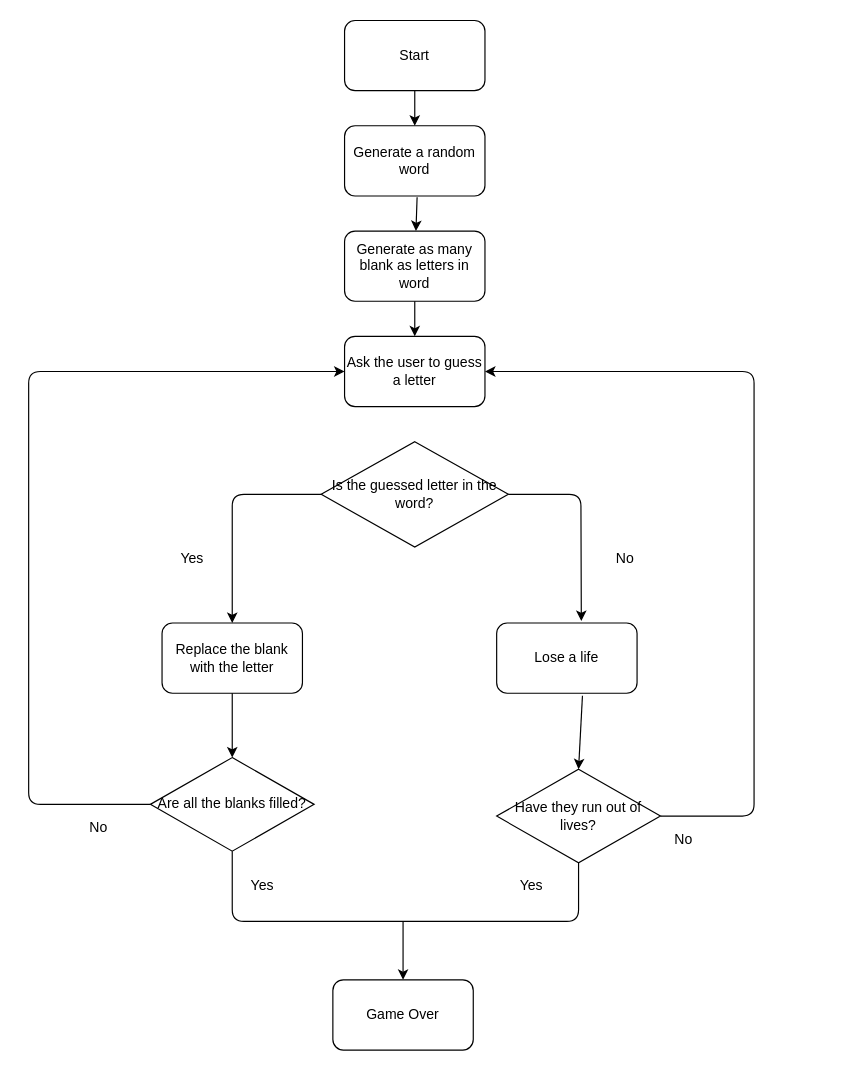
The draw.io diagram Hangman.drawio in ryutochogo/ryutochogo.github.io, before the edit. Source tidied: cells renumbered, new cells numbered last; positions are measured from the earlier drawing's top-left corner, leaving out a move shared by most shapes. Both pictures are drawn from the tidied source at 117%, with x=0, y=0 at pixel (28, 20).
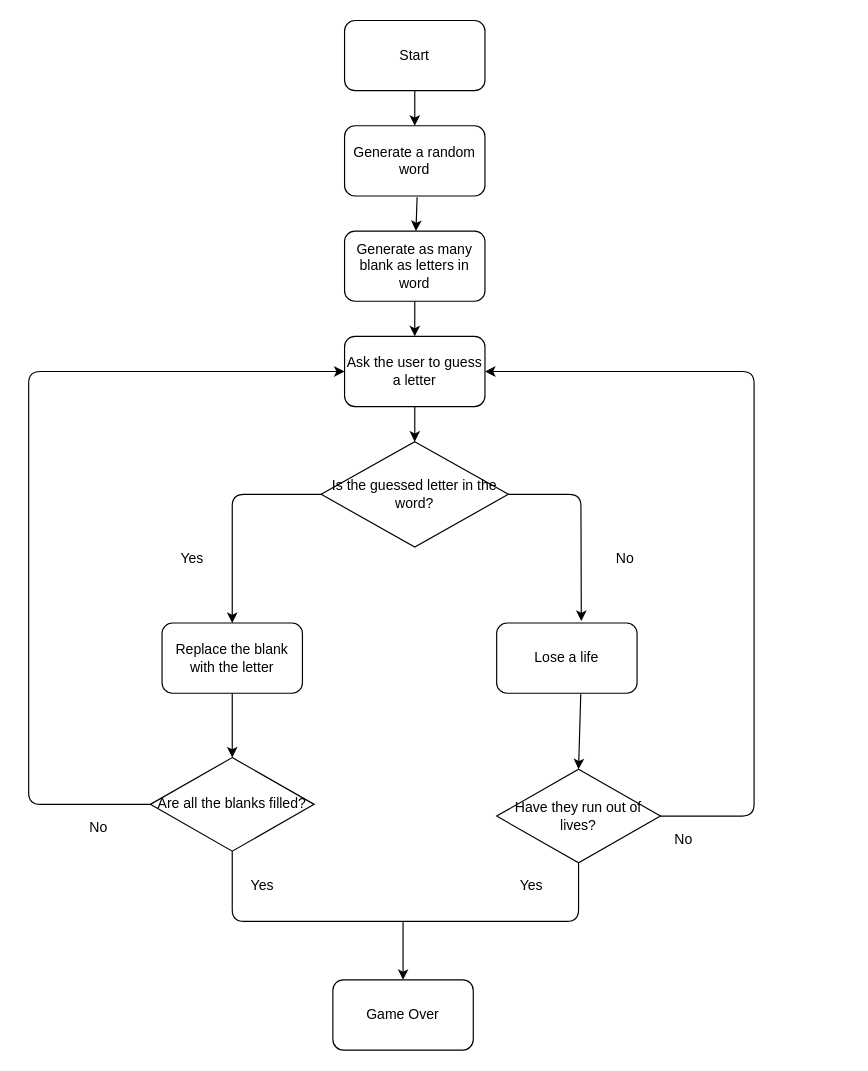
The same diagram, later.

The change refers to these unchanged cells:
```xml
<mxCell id="6" value="Ask the user to guess a letter" style="rounded=1;whiteSpace=wrap;html=1;" parent="1" vertex="1">
  <mxGeometry x="270" y="270" width="120" height="60" as="geometry" />
</mxCell>
<mxCell id="10" value="Is the guessed letter in the word?" style="rhombus;whiteSpace=wrap;html=1;" parent="1" vertex="1">
  <mxGeometry x="250" y="360" width="160" height="90" as="geometry" />
</mxCell>
<mxCell id="12" value="Lose a life" style="rounded=1;whiteSpace=wrap;html=1;" parent="1" vertex="1">
  <mxGeometry x="400" y="515" width="120" height="60" as="geometry" />
</mxCell>
<mxCell id="15" value="Have they run out of lives?" style="rhombus;whiteSpace=wrap;html=1;" parent="1" vertex="1">
  <mxGeometry x="400" y="640" width="140" height="80" as="geometry" />
</mxCell>
```

Change to the diagram source:
```diff
@@
-    <mxCell id="18" style="endArrow=classic;html=1;exitX=0.611;exitY=1.037;exitDx=0;exitDy=0;entryX=0.5;entryY=0;entryDx=0;entryDy=0;exitPerimeter=0;" parent="1" edge="1" source="12" target="15">
+    <mxCell id="18" style="endArrow=classic;html=1;entryX=0.5;entryY=0;entryDx=0;entryDy=0;exitX=0.599;exitY=1.013;exitDx=0;exitDy=0;exitPerimeter=0;" parent="1" edge="1" source="12" target="15">
       <mxGeometry relative="1" as="geometry" />
     </mxCell>
@@
+    <mxCell id="30" style="endArrow=classic;html=1;entryX=0.5;entryY=0;entryDx=0;entryDy=0;" parent="1" edge="1" source="6" target="10">
+      <mxGeometry relative="1" as="geometry" />
+    </mxCell>
```
